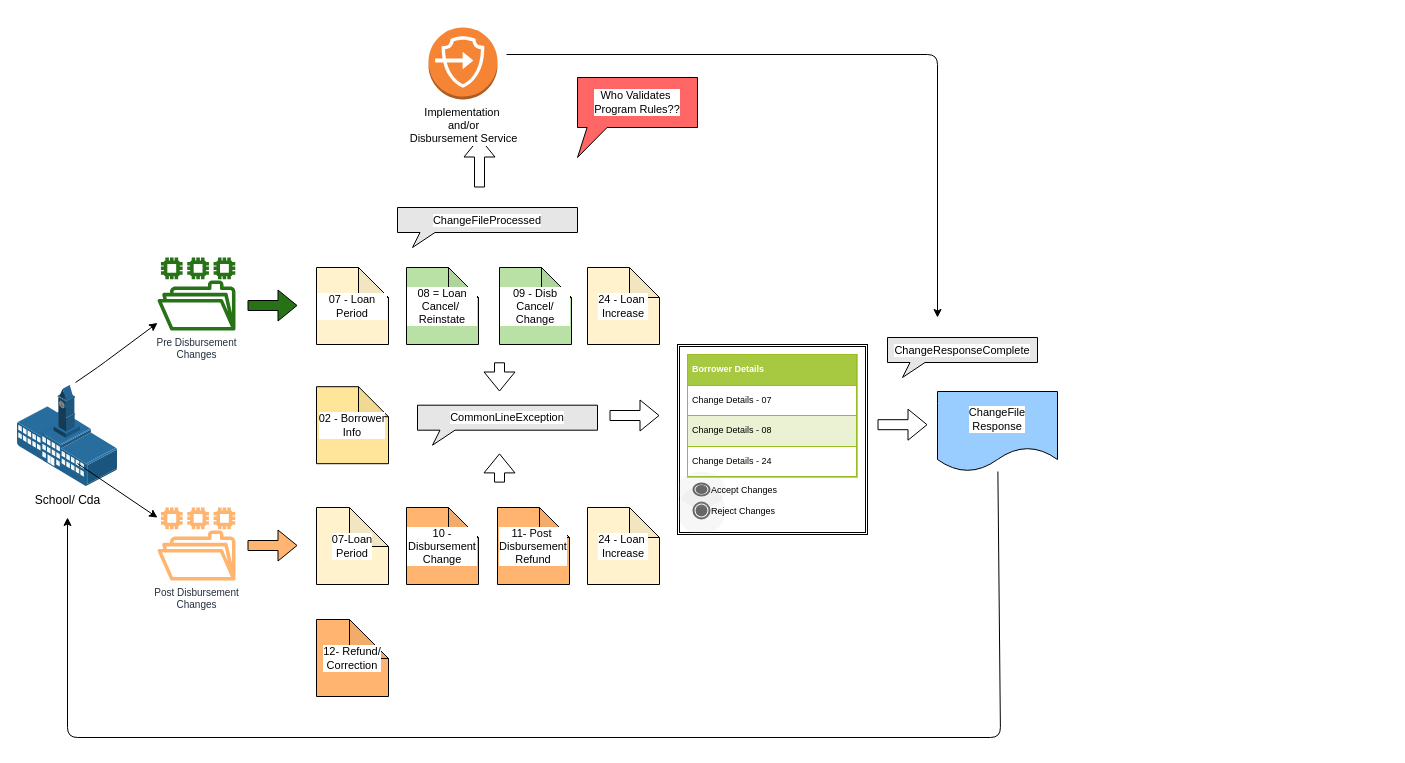
Above: ChangeFiles.drawio in lbarrow-work/wired-brain-recipes (draw.io), before the change. Source tidied: cells renumbered, new cells numbered last; positions are measured from the earlier drawing's top-left corner, leaving out a move shared by most shapes. Both pictures are drawn from the tidied source at 100%, with x=0, y=0 at pixel (17, 27).
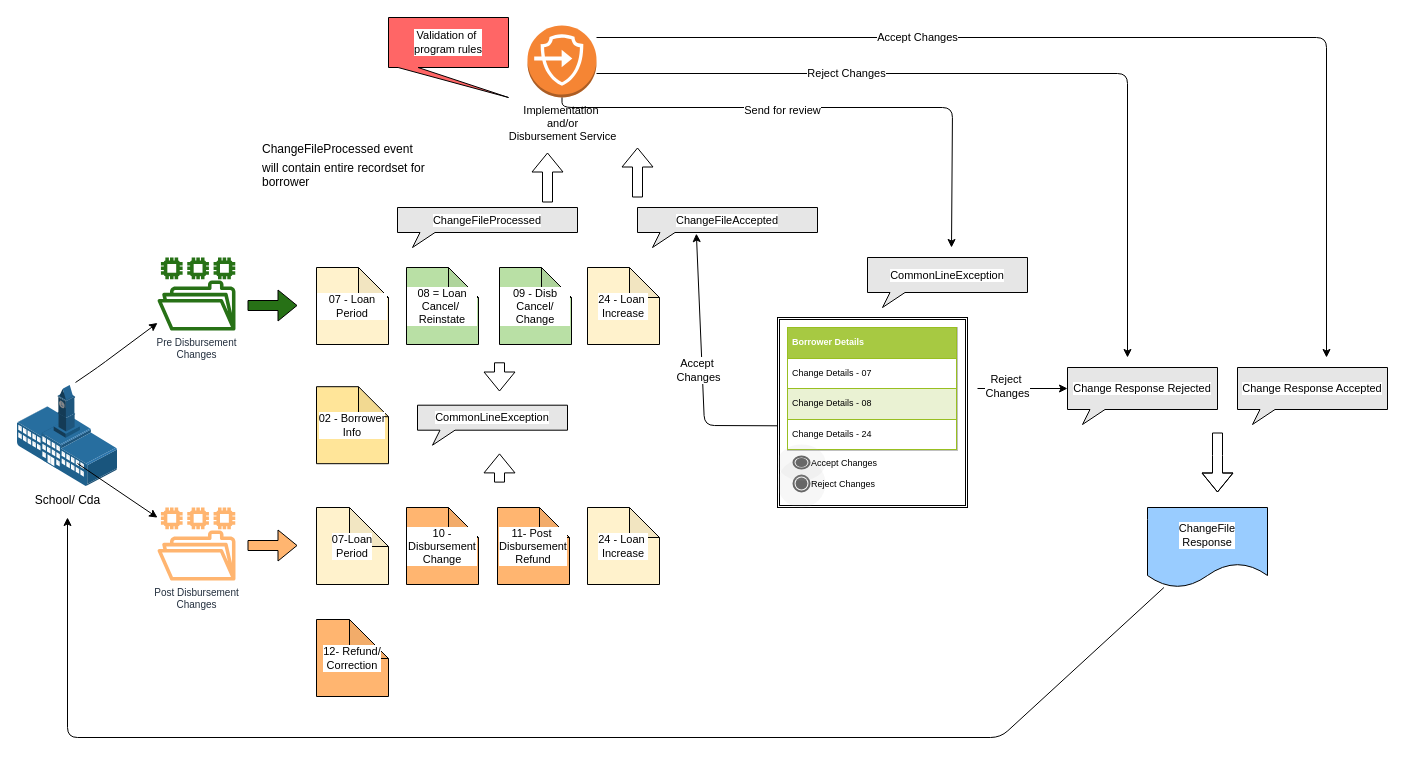
The same page after the edit.

The edit, as a diff of the source:
```diff
@@
     <mxCell id="18" style="shape=flexArrow;endArrow=classic;html=1;fontSize=11;" parent="1" edge="1">
       <mxGeometry relative="1" as="geometry">
-        <mxPoint x="462" y="160" as="sourcePoint" />
-        <mxPoint x="462" y="110" as="targetPoint" />
+        <mxPoint x="530" y="175" as="sourcePoint" />
+        <mxPoint x="530" y="125" as="targetPoint" />
       </mxGeometry>
     </mxCell>
-    <mxCell id="19" value="Who Validates&amp;nbsp;&lt;br&gt;Program Rules??" style="shape=callout;whiteSpace=wrap;html=1;perimeter=calloutPerimeter;labelBackgroundColor=white;fontSize=11;fillColor=#FF6666;verticalAlign=middle;size=30;position=0.08;position2=0;" parent="1" vertex="1">
-      <mxGeometry x="560" y="50" width="120" height="80" as="geometry" />
+    <mxCell id="19" value="Validation of&amp;nbsp;&lt;br&gt;program rules" style="shape=callout;whiteSpace=wrap;html=1;perimeter=calloutPerimeter;labelBackgroundColor=white;fontSize=11;fillColor=#FF6666;verticalAlign=middle;size=30;position=0.08;position2=1;" parent="1" vertex="1">
+      <mxGeometry x="371" y="-10" width="120" height="80" as="geometry" />
     </mxCell>
     <mxCell id="20" value="Implementation&amp;nbsp;&lt;br&gt;and/or&lt;br&gt;Disbursement Service" style="outlineConnect=0;dashed=0;verticalLabelPosition=bottom;verticalAlign=top;align=center;html=1;shape=mxgraph.aws3.endpoints;fillColor=#F58534;gradientColor=none;labelBackgroundColor=white;fontSize=11;" parent="1" vertex="1">
-      <mxGeometry x="411" width="69" height="72" as="geometry" />
+      <mxGeometry x="510" y="-2" width="69" height="72" as="geometry" />
     </mxCell>
     <mxCell id="21" value="CommonLineException" style="whiteSpace=wrap;html=1;shape=mxgraph.basic.rectCallout;dx=30;dy=15;boundedLbl=1;labelBackgroundColor=white;fontSize=11;fillColor=#E6E6E6;verticalAlign=middle;" parent="1" vertex="1">
-      <mxGeometry x="400" y="377.7" width="180" height="40" as="geometry" />
+      <mxGeometry x="400" y="377.7" width="150" height="40" as="geometry" />
     </mxCell>
     <mxCell id="22" value="ChangeFile&lt;br&gt;Response" style="shape=document;whiteSpace=wrap;html=1;boundedLbl=1;labelBackgroundColor=white;fontSize=11;fillColor=#99CCFF;verticalAlign=middle;" parent="1" vertex="1">
-      <mxGeometry x="920" y="364" width="120" height="80" as="geometry" />
+      <mxGeometry x="1130" y="480" width="120" height="80" as="geometry" />
     </mxCell>
@@
     <mxCell id="24" style="shape=ext;double=1;whiteSpace=wrap;html=1;labelBackgroundColor=white;fontSize=11;fillColor=#FFFFFF;verticalAlign=middle;" parent="1" vertex="1">
-      <mxGeometry x="660" y="317" width="190" height="190" as="geometry" />
+      <mxGeometry x="760" y="290" width="190" height="190" as="geometry" />
     </mxCell>
     <mxCell id="25" style="shape=ellipse;labelPosition=right;align=left;strokeColor=none;fillColor=#B0B0B0;opacity=10;labelBackgroundColor=white;fontSize=9;html=1;" parent="1" vertex="1">
-      <mxGeometry x="660" y="459" width="48" height="48" as="geometry" />
+      <mxGeometry x="760" y="432" width="48" height="48" as="geometry" />
     </mxCell>
@@
     <mxCell id="27" value="&lt;table border=&quot;1&quot; width=&quot;100%&quot; cellpadding=&quot;4&quot; style=&quot;width: 100% ; height: 100% ; border-collapse: collapse ; font-size: 9px&quot;&gt;&lt;tbody style=&quot;font-size: 9px&quot;&gt;&lt;tr style=&quot;background-color: rgb(167 , 201 , 66) ; color: rgb(255 , 255 , 255) ; border: 1px solid rgb(152 , 191 , 33) ; font-size: 9px&quot;&gt;&lt;th align=&quot;left&quot; style=&quot;font-size: 9px&quot;&gt;Borrower Details&lt;/th&gt;&lt;/tr&gt;&lt;tr style=&quot;border: 1px solid rgb(152 , 191 , 33) ; font-size: 9px&quot;&gt;&lt;td style=&quot;font-size: 9px&quot;&gt;Change Details - 07&lt;/td&gt;&lt;/tr&gt;&lt;tr style=&quot;background-color: rgb(234 , 242 , 211) ; border: 1px solid rgb(152 , 191 , 33) ; font-size: 9px&quot;&gt;&lt;td style=&quot;font-size: 9px&quot;&gt;Change Details - 08&lt;/td&gt;&lt;/tr&gt;&lt;tr style=&quot;border: 1px solid rgb(152 , 191 , 33) ; font-size: 9px&quot;&gt;&lt;td style=&quot;font-size: 9px&quot;&gt;Change Details - 24&lt;/td&gt;&lt;/tr&gt;&lt;/tbody&gt;&lt;/table&gt;" style="text;html=1;strokeColor=#c0c0c0;fillColor=#ffffff;overflow=fill;rounded=0;labelBackgroundColor=white;fontSize=9;verticalAlign=middle;" parent="1" vertex="1">
-      <mxGeometry x="670" y="327" width="170" height="123" as="geometry" />
+      <mxGeometry x="770" y="300" width="170" height="123" as="geometry" />
     </mxCell>
     <mxCell id="28" style="shape=ellipse;labelPosition=right;align=left;strokeColor=none;fillColor=#B0B0B0;opacity=10;labelBackgroundColor=white;fontSize=9;html=1;" parent="1" vertex="1">
-      <mxGeometry x="660" y="444" width="48" height="36" as="geometry" />
+      <mxGeometry x="760" y="417" width="48" height="36" as="geometry" />
     </mxCell>
@@
-    <mxCell id="30" style="shape=flexArrow;endArrow=classic;html=1;fontSize=11;" parent="1" edge="1">
-      <mxGeometry relative="1" as="geometry">
-        <mxPoint x="592" y="388" as="sourcePoint" />
-        <mxPoint x="642" y="388" as="targetPoint" />
-      </mxGeometry>
-    </mxCell>
-    <mxCell id="31" style="shape=flexArrow;endArrow=classic;html=1;fontSize=11;" parent="1" edge="1">
-      <mxGeometry relative="1" as="geometry">
-        <mxPoint x="860" y="397.2" as="sourcePoint" />
-        <mxPoint x="910" y="397.2" as="targetPoint" />
-      </mxGeometry>
-    </mxCell>
-    <mxCell id="32" value="ChangeResponseComplete" style="whiteSpace=wrap;html=1;shape=mxgraph.basic.rectCallout;dx=30;dy=15;boundedLbl=1;labelBackgroundColor=white;fontSize=11;fillColor=#E6E6E6;verticalAlign=middle;" parent="1" vertex="1">
-      <mxGeometry x="870" y="310" width="150" height="40" as="geometry" />
+    <mxCell id="32" value="Change Response Accepted" style="whiteSpace=wrap;html=1;shape=mxgraph.basic.rectCallout;dx=30;dy=15;boundedLbl=1;labelBackgroundColor=white;fontSize=11;fillColor=#E6E6E6;verticalAlign=middle;" parent="1" vertex="1">
+      <mxGeometry x="1220" y="340" width="150" height="57" as="geometry" />
     </mxCell>
-    <mxCell id="33" style="edgeStyle=segmentEdgeStyle;endArrow=classic;html=1;fontSize=9;" parent="1" edge="1">
+    <mxCell id="33" style="edgeStyle=segmentEdgeStyle;endArrow=classic;html=1;fontSize=9;" parent="1" edge="1" source="20">
       <mxGeometry relative="1" as="geometry">
-        <mxPoint x="489" y="27" as="sourcePoint" />
-        <mxPoint x="920" y="290" as="targetPoint" />
+        <mxPoint x="1110" y="330" as="targetPoint" />
+        <Array as="points">
+          <mxPoint x="1110" y="46" />
+        </Array>
       </mxGeometry>
     </mxCell>
+    <mxCell id="38" value="Reject Changes" style="edgeLabel;html=1;align=center;verticalAlign=middle;" parent="33" vertex="1">
+      <mxGeometry x="-0.39" y="1" relative="1" as="geometry" />
+    </mxCell>
@@
+    <mxCell id="39" value="CommonLineException" style="whiteSpace=wrap;html=1;shape=mxgraph.basic.rectCallout;dx=30;dy=15;boundedLbl=1;labelBackgroundColor=white;fontSize=11;fillColor=#E6E6E6;verticalAlign=middle;" parent="1" vertex="1">
+      <mxGeometry x="850" y="230" width="160" height="50" as="geometry" />
+    </mxCell>
+    <mxCell id="40" style="edgeStyle=segmentEdgeStyle;endArrow=classic;html=1;fontSize=9;" parent="1" edge="1" source="20">
+      <mxGeometry relative="1" as="geometry">
+        <mxPoint x="934" y="220" as="targetPoint" />
+        <Array as="points">
+          <mxPoint x="545" y="80" />
+          <mxPoint x="935" y="80" />
+          <mxPoint x="935" y="220" />
+        </Array>
+      </mxGeometry>
+    </mxCell>
+    <mxCell id="41" value="Send for review" style="edgeLabel;html=1;align=center;verticalAlign=middle;" parent="40" vertex="1">
+      <mxGeometry x="-0.15" y="-2" relative="1" as="geometry" />
+    </mxCell>
+    <mxCell id="42" value="Change Response Rejected" style="whiteSpace=wrap;html=1;shape=mxgraph.basic.rectCallout;dx=30;dy=15;boundedLbl=1;labelBackgroundColor=white;fontSize=11;fillColor=#E6E6E6;verticalAlign=middle;" parent="1" vertex="1">
+      <mxGeometry x="1050" y="340" width="150" height="57" as="geometry" />
+    </mxCell>
+    <mxCell id="43" value="ChangeFileAccepted" style="whiteSpace=wrap;html=1;shape=mxgraph.basic.rectCallout;dx=30;dy=15;boundedLbl=1;labelBackgroundColor=white;fontSize=11;fillColor=#E6E6E6;verticalAlign=middle;" parent="1" vertex="1">
+      <mxGeometry x="620" y="180" width="180" height="40" as="geometry" />
+    </mxCell>
+    <mxCell id="44" style="shape=flexArrow;endArrow=classic;html=1;fontSize=11;" parent="1" edge="1">
+      <mxGeometry relative="1" as="geometry">
+        <mxPoint x="620" y="170" as="sourcePoint" />
+        <mxPoint x="620" y="120" as="targetPoint" />
+      </mxGeometry>
+    </mxCell>
+    <mxCell id="45" style="endArrow=classic;html=1;fontSize=11;exitX=-0.002;exitY=0.57;exitDx=0;exitDy=0;exitPerimeter=0;entryX=0.327;entryY=0.653;entryDx=0;entryDy=0;entryPerimeter=0;" parent="1" edge="1" source="24" target="43">
+      <mxGeometry relative="1" as="geometry">
+        <Array as="points">
+          <mxPoint x="687" y="398" />
+        </Array>
+      </mxGeometry>
+    </mxCell>
+    <mxCell id="46" value="Accept&amp;nbsp;&lt;br&gt;Changes" style="edgeLabel;html=1;align=center;verticalAlign=middle;" parent="45" vertex="1">
+      <mxGeometry x="-0.03" y="4" relative="1" as="geometry" />
+    </mxCell>
+    <mxCell id="47" style="endArrow=classic;html=1;entryX=0;entryY=0;entryDx=0;entryDy=21;entryPerimeter=0;" parent="1" edge="1" target="42">
+      <mxGeometry relative="1" as="geometry">
+        <mxPoint x="960" y="361" as="sourcePoint" />
+      </mxGeometry>
+    </mxCell>
+    <mxCell id="48" value="Reject&amp;nbsp;&lt;br&gt;Changes" style="edgeLabel;html=1;align=center;verticalAlign=middle;" parent="47" vertex="1">
+      <mxGeometry x="-0.35" y="3" relative="1" as="geometry" />
+    </mxCell>
+    <mxCell id="49" style="shape=flexArrow;endArrow=classic;html=1;fontSize=11;" parent="1" edge="1">
+      <mxGeometry relative="1" as="geometry">
+        <mxPoint x="1200" y="405" as="sourcePoint" />
+        <mxPoint x="1200" y="465" as="targetPoint" />
+        <Array as="points">
+          <mxPoint x="1200" y="428" />
+        </Array>
+      </mxGeometry>
+    </mxCell>
+    <mxCell id="50" value="&lt;p style=&quot;line-height: 0%&quot;&gt;&lt;span&gt;ChangeFileProcessed event&lt;/span&gt;&lt;br&gt;&lt;/p&gt;&lt;p&gt;will contain entire recordset for borrower&lt;/p&gt;&lt;p&gt;&lt;/p&gt;" style="text;html=1;strokeColor=none;fillColor=none;spacing=5;spacingTop=-20;whiteSpace=wrap;overflow=hidden;rounded=0;align=left;" parent="1" vertex="1">
+      <mxGeometry x="240" y="120" width="190" height="60" as="geometry" />
+    </mxCell>
+    <mxCell id="51" style="edgeStyle=segmentEdgeStyle;endArrow=classic;html=1;fontSize=9;" parent="1" edge="1" source="20">
+      <mxGeometry relative="1" as="geometry">
+        <mxPoint x="1309" y="330" as="targetPoint" />
+        <Array as="points">
+          <mxPoint x="1309" y="10" />
+        </Array>
+      </mxGeometry>
+    </mxCell>
+    <mxCell id="52" value="Accept Changes" style="edgeLabel;html=1;align=center;verticalAlign=middle;" parent="51" vertex="1">
+      <mxGeometry x="-0.39" y="1" relative="1" as="geometry" />
+    </mxCell>
```
